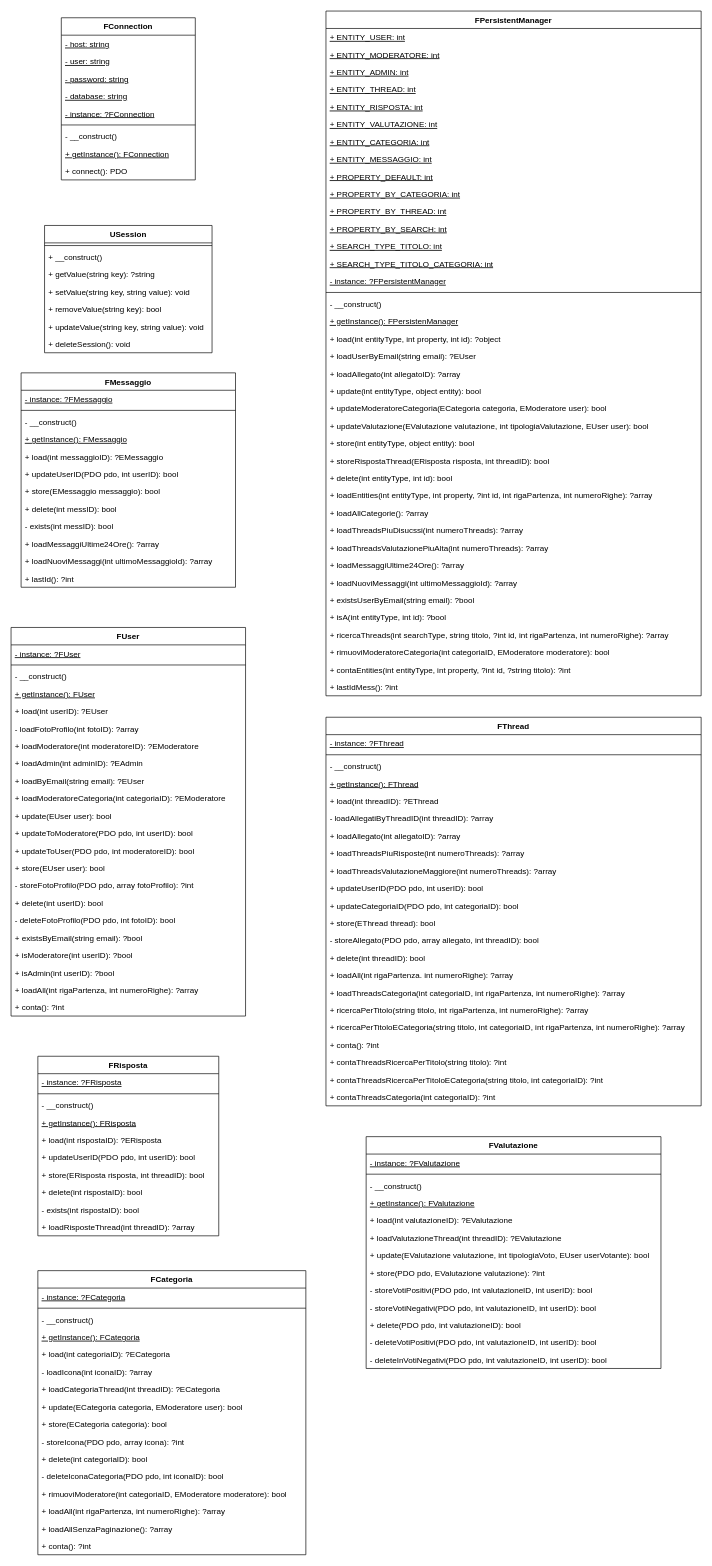
EdoPan/UniChat keeps this draw.io diagram as Documentazione/Diagrammi/UML Foundation.drawio. Above is the earlier version. Source tidied: cells renumbered, new cells numbered last; positions are measured from the earlier drawing's top-left corner, leaving out a move shared by most shapes. Both pictures are drawn from the tidied source at 67%, with x=0, y=0 at pixel (11, 11).
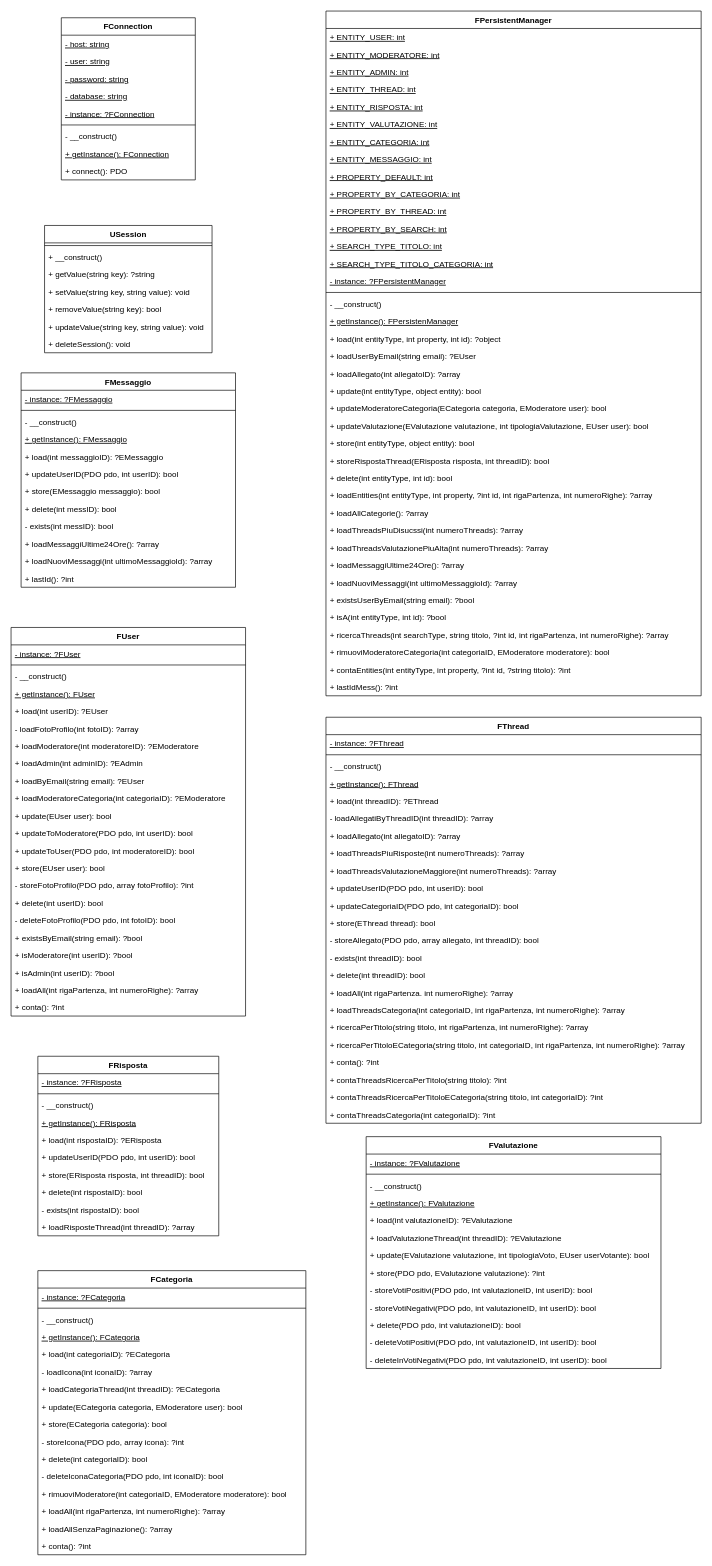
The same page after the edit.

Change to the diagram source:
```diff
@@
     <mxCell id="88" value="FThread" style="swimlane;fontStyle=1;align=center;verticalAlign=top;horizontal=1;startSize=26;" parent="1" vertex="1">
-      <mxGeometry x="470" y="1054" width="560" height="580" as="geometry" />
+      <mxGeometry x="470" y="1054" width="560" height="606" as="geometry" />
     </mxCell>
@@
+    <mxCell id="161" value="- exists(int threadID): bool" style="text;strokeColor=none;fillColor=none;align=left;verticalAlign=top;spacingLeft=4;spacingRight=4;overflow=hidden;" parent="88" vertex="1">
+      <mxGeometry y="346" width="560" height="26" as="geometry" />
+    </mxCell>
     <mxCell id="102" value="+ delete(int threadID): bool" style="text;strokeColor=none;fillColor=none;align=left;verticalAlign=top;spacingLeft=4;spacingRight=4;overflow=hidden;" parent="88" vertex="1">
-      <mxGeometry y="346" width="560" height="26" as="geometry" />
+      <mxGeometry y="372" width="560" height="26" as="geometry" />
     </mxCell>
     <mxCell id="103" value="+ loadAll(int rigaPartenza. int numeroRighe): ?array" style="text;strokeColor=none;fillColor=none;align=left;verticalAlign=top;spacingLeft=4;spacingRight=4;overflow=hidden;" parent="88" vertex="1">
-      <mxGeometry y="372" width="560" height="26" as="geometry" />
+      <mxGeometry y="398" width="560" height="26" as="geometry" />
     </mxCell>
     <mxCell id="104" value="+ loadThreadsCategoria(int categoriaID, int rigaPartenza, int numeroRighe): ?array" style="text;strokeColor=none;fillColor=none;align=left;verticalAlign=top;spacingLeft=4;spacingRight=4;overflow=hidden;" parent="88" vertex="1">
-      <mxGeometry y="398" width="560" height="26" as="geometry" />
+      <mxGeometry y="424" width="560" height="26" as="geometry" />
     </mxCell>
     <mxCell id="105" value="+ ricercaPerTitolo(string titolo, int rigaPartenza, int numeroRighe): ?array" style="text;strokeColor=none;fillColor=none;align=left;verticalAlign=top;spacingLeft=4;spacingRight=4;overflow=hidden;" parent="88" vertex="1">
-      <mxGeometry y="424" width="560" height="26" as="geometry" />
+      <mxGeometry y="450" width="560" height="26" as="geometry" />
     </mxCell>
     <mxCell id="106" value="+ ricercaPerTitoloECategoria(string titolo, int categoriaID, int rigaPartenza, int numeroRighe): ?array" style="text;strokeColor=none;fillColor=none;align=left;verticalAlign=top;spacingLeft=4;spacingRight=4;overflow=hidden;" parent="88" vertex="1">
-      <mxGeometry y="450" width="560" height="26" as="geometry" />
+      <mxGeometry y="476" width="560" height="26" as="geometry" />
     </mxCell>
     <mxCell id="107" value="+ conta(): ?int" style="text;strokeColor=none;fillColor=none;align=left;verticalAlign=top;spacingLeft=4;spacingRight=4;overflow=hidden;" parent="88" vertex="1">
-      <mxGeometry y="476" width="560" height="26" as="geometry" />
+      <mxGeometry y="502" width="560" height="26" as="geometry" />
     </mxCell>
     <mxCell id="108" value="+ contaThreadsRicercaPerTitolo(string titolo): ?int" style="text;strokeColor=none;fillColor=none;align=left;verticalAlign=top;spacingLeft=4;spacingRight=4;overflow=hidden;" parent="88" vertex="1">
-      <mxGeometry y="502" width="560" height="26" as="geometry" />
+      <mxGeometry y="528" width="560" height="26" as="geometry" />
     </mxCell>
     <mxCell id="109" value="+ contaThreadsRicercaPerTitoloECategoria(string titolo, int categoriaID): ?int" style="text;strokeColor=none;fillColor=none;align=left;verticalAlign=top;spacingLeft=4;spacingRight=4;overflow=hidden;" parent="88" vertex="1">
-      <mxGeometry y="528" width="560" height="26" as="geometry" />
+      <mxGeometry y="554" width="560" height="26" as="geometry" />
     </mxCell>
     <mxCell id="110" value="+ contaThreadsCategoria(int categoriaID): ?int" style="text;strokeColor=none;fillColor=none;align=left;verticalAlign=top;spacingLeft=4;spacingRight=4;overflow=hidden;" parent="88" vertex="1">
-      <mxGeometry y="554" width="560" height="26" as="geometry" />
+      <mxGeometry y="580" width="560" height="26" as="geometry" />
     </mxCell>
```
